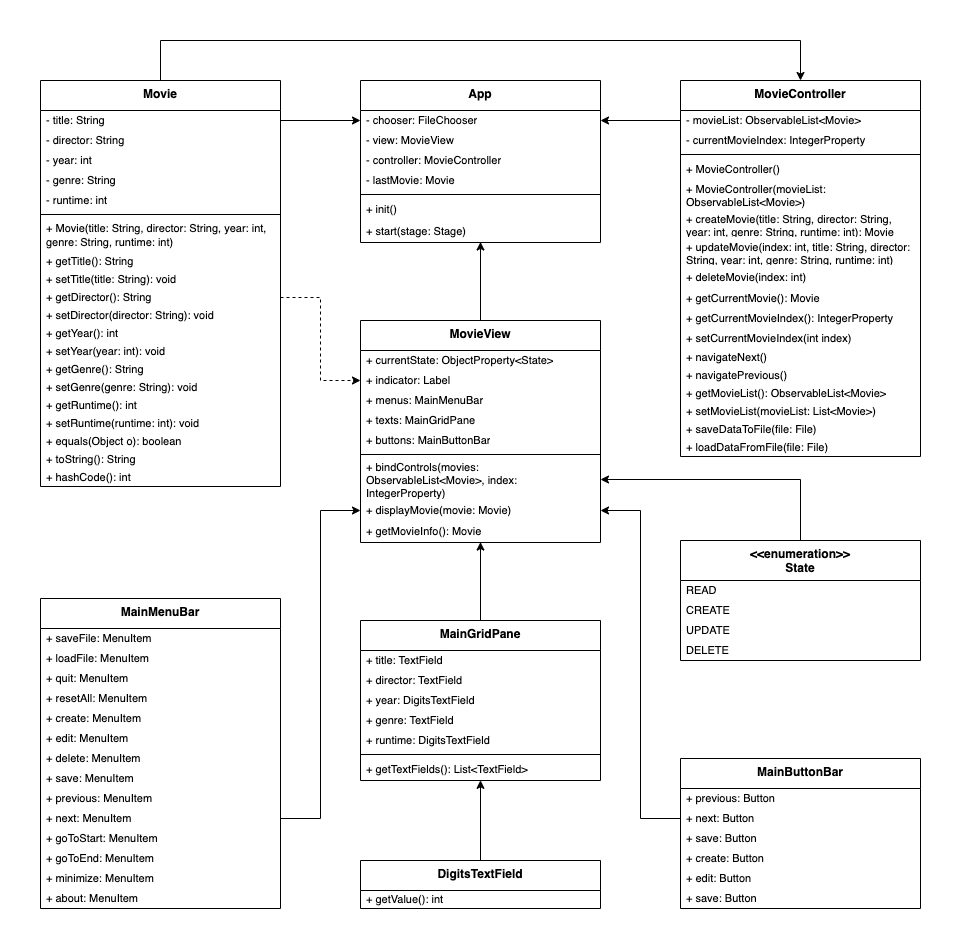
hanggrian/IIT-ITM510 keeps this draw.io diagram as assignments/proj1/diagram1.png. Above is the earlier version. Source tidied: cells renumbered, new cells last; positions are measured from the earlier drawing's top-left corner, leaving out a move shared by most shapes.
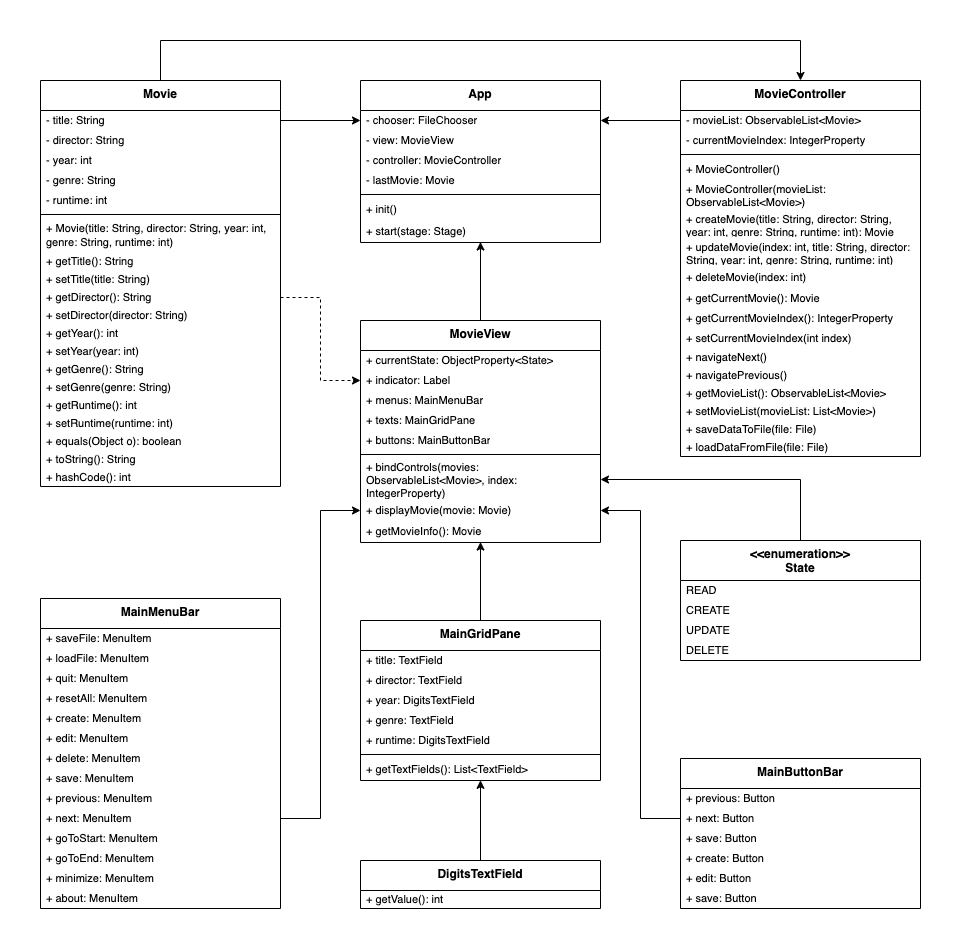
The same file after the commit.

Change to the diagram source:
```diff
@@ -37,31 +37,31 @@
     <mxCell id="11" value="+&amp;nbsp;getTitle(&lt;span style=&quot;background-color: initial;&quot;&gt;): String&lt;/span&gt;" style="text;strokeColor=none;fillColor=none;align=left;verticalAlign=middle;spacingLeft=4;spacingRight=4;overflow=hidden;whiteSpace=wrap;html=1;fontSize=11;" parent="3" vertex="1">
       <mxGeometry y="172" width="240" height="18" as="geometry" />
     </mxCell>
-    <mxCell id="12" value="+&amp;nbsp;setTitle(title: String&lt;span style=&quot;background-color: initial;&quot;&gt;): void&lt;/span&gt;" style="text;strokeColor=none;fillColor=none;align=left;verticalAlign=middle;spacingLeft=4;spacingRight=4;overflow=hidden;whiteSpace=wrap;html=1;fontSize=11;" parent="3" vertex="1">
+    <mxCell id="12" value="+&amp;nbsp;setTitle(title: String&lt;span style=&quot;background-color: initial;&quot;&gt;)&lt;/span&gt;" style="text;strokeColor=none;fillColor=none;align=left;verticalAlign=middle;spacingLeft=4;spacingRight=4;overflow=hidden;whiteSpace=wrap;html=1;fontSize=11;" parent="3" vertex="1">
       <mxGeometry y="190" width="240" height="18" as="geometry" />
     </mxCell>
     <mxCell id="13" value="+&amp;nbsp;getDirector(&lt;span style=&quot;background-color: initial;&quot;&gt;): String&lt;/span&gt;" style="text;strokeColor=none;fillColor=none;align=left;verticalAlign=middle;spacingLeft=4;spacingRight=4;overflow=hidden;points=[[0,0.5],[1,0.5]];portConstraint=eastwest;whiteSpace=wrap;html=1;fontSize=11;" parent="3" vertex="1">
       <mxGeometry y="208" width="240" height="18" as="geometry" />
     </mxCell>
-    <mxCell id="14" value="+&amp;nbsp;setDirector(director: String): void" style="text;strokeColor=none;fillColor=none;align=left;verticalAlign=middle;spacingLeft=4;spacingRight=4;overflow=hidden;whiteSpace=wrap;html=1;fontSize=11;" parent="3" vertex="1">
+    <mxCell id="14" value="+&amp;nbsp;setDirector(director: String)" style="text;strokeColor=none;fillColor=none;align=left;verticalAlign=middle;spacingLeft=4;spacingRight=4;overflow=hidden;whiteSpace=wrap;html=1;fontSize=11;" parent="3" vertex="1">
       <mxGeometry y="226" width="240" height="18" as="geometry" />
     </mxCell>
     <mxCell id="15" value="+ getYear(&lt;span style=&quot;background-color: initial;&quot;&gt;): int&lt;/span&gt;" style="text;strokeColor=none;fillColor=none;align=left;verticalAlign=middle;spacingLeft=4;spacingRight=4;overflow=hidden;whiteSpace=wrap;html=1;fontSize=11;" parent="3" vertex="1">
       <mxGeometry y="244" width="240" height="18" as="geometry" />
     </mxCell>
-    <mxCell id="16" value="+&amp;nbsp;setYear(year: int): void" style="text;strokeColor=none;fillColor=none;align=left;verticalAlign=middle;spacingLeft=4;spacingRight=4;overflow=hidden;whiteSpace=wrap;html=1;fontSize=11;" parent="3" vertex="1">
+    <mxCell id="16" value="+&amp;nbsp;setYear(year: int)" style="text;strokeColor=none;fillColor=none;align=left;verticalAlign=middle;spacingLeft=4;spacingRight=4;overflow=hidden;whiteSpace=wrap;html=1;fontSize=11;" parent="3" vertex="1">
       <mxGeometry y="262" width="240" height="18" as="geometry" />
     </mxCell>
     <mxCell id="17" value="+&amp;nbsp;getGenre(&lt;span style=&quot;background-color: initial;&quot;&gt;): String&lt;/span&gt;" style="text;strokeColor=none;fillColor=none;align=left;verticalAlign=middle;spacingLeft=4;spacingRight=4;overflow=hidden;whiteSpace=wrap;html=1;fontSize=11;" parent="3" vertex="1">
       <mxGeometry y="280" width="240" height="18" as="geometry" />
     </mxCell>
-    <mxCell id="18" value="+&amp;nbsp;setGenre(genre: String): void" style="text;strokeColor=none;fillColor=none;align=left;verticalAlign=middle;spacingLeft=4;spacingRight=4;overflow=hidden;whiteSpace=wrap;html=1;fontSize=11;" parent="3" vertex="1">
+    <mxCell id="18" value="+&amp;nbsp;setGenre(genre: String)" style="text;strokeColor=none;fillColor=none;align=left;verticalAlign=middle;spacingLeft=4;spacingRight=4;overflow=hidden;whiteSpace=wrap;html=1;fontSize=11;" parent="3" vertex="1">
       <mxGeometry y="298" width="240" height="18" as="geometry" />
     </mxCell>
     <mxCell id="19" value="+ getRuntime(&lt;span style=&quot;background-color: initial;&quot;&gt;): int&lt;/span&gt;" style="text;strokeColor=none;fillColor=none;align=left;verticalAlign=middle;spacingLeft=4;spacingRight=4;overflow=hidden;whiteSpace=wrap;html=1;fontSize=11;" parent="3" vertex="1">
       <mxGeometry y="316" width="240" height="18" as="geometry" />
     </mxCell>
-    <mxCell id="20" value="+&amp;nbsp;setRuntime(runtime: int): void" style="text;strokeColor=none;fillColor=none;align=left;verticalAlign=middle;spacingLeft=4;spacingRight=4;overflow=hidden;whiteSpace=wrap;html=1;fontSize=11;" parent="3" vertex="1">
+    <mxCell id="20" value="+&amp;nbsp;setRuntime(runtime: int)" style="text;strokeColor=none;fillColor=none;align=left;verticalAlign=middle;spacingLeft=4;spacingRight=4;overflow=hidden;whiteSpace=wrap;html=1;fontSize=11;" parent="3" vertex="1">
       <mxGeometry y="334" width="240" height="18" as="geometry" />
     </mxCell>
     <mxCell id="21" value="+&amp;nbsp;equals(Object o&lt;span style=&quot;background-color: initial;&quot;&gt;): boolean&lt;/span&gt;" style="text;strokeColor=none;fillColor=none;align=left;verticalAlign=middle;spacingLeft=4;spacingRight=4;overflow=hidden;whiteSpace=wrap;html=1;fontSize=11;" parent="3" vertex="1">
```
